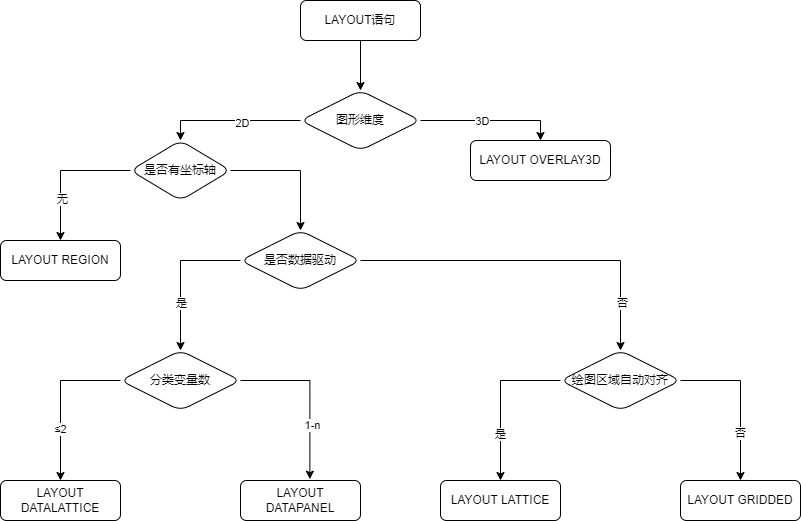
GSJ-SD/Notebook keeps this draw.io diagram as 02 SAS/01 GTL/01 LAYOUT/assets/LAYOUTStatements.png. Above is the earlier version. Source tidied: cells renumbered, new cells last; positions are measured from the earlier drawing's top-left corner, leaving out a move shared by most shapes. The source it was exported from:
```xml
<mxGraphModel>
  <root>
    <mxCell id="0" />
    <mxCell id="1" parent="0" />
    <mxCell id="2" style="edgeStyle=orthogonalEdgeStyle;rounded=0;jettySize=auto;html=1;" parent="1" edge="1" source="3" target="8">
      <mxGeometry relative="1" as="geometry" />
    </mxCell>
    <mxCell id="3" value="LAYOUT语句" style="rounded=1;whiteSpace=wrap;html=1;" parent="1" vertex="1">
      <mxGeometry x="300" width="120" height="40" as="geometry" />
    </mxCell>
    <mxCell id="4" style="edgeStyle=orthogonalEdgeStyle;rounded=0;jettySize=auto;html=1;entryX=0.5;entryY=0;entryDx=0;entryDy=0;" parent="1" edge="1" source="8" target="12">
      <mxGeometry relative="1" as="geometry" />
    </mxCell>
    <mxCell id="5" value="2D" style="edgeLabel;html=1;align=center;verticalAlign=middle;" parent="4" vertex="1">
      <mxGeometry x="-0.15" y="2" relative="1" as="geometry" />
    </mxCell>
    <mxCell id="6" style="edgeStyle=orthogonalEdgeStyle;rounded=0;jettySize=auto;html=1;entryX=0.5;entryY=0;entryDx=0;entryDy=0;" parent="1" edge="1" source="8" target="14">
      <mxGeometry relative="1" as="geometry" />
    </mxCell>
    <mxCell id="7" value="3D" style="edgeLabel;html=1;align=center;verticalAlign=middle;" parent="6" vertex="1">
      <mxGeometry x="-0.13" relative="1" as="geometry" />
    </mxCell>
    <mxCell id="8" value="图形维度" style="rhombus;whiteSpace=wrap;html=1;rounded=1;" parent="1" vertex="1">
      <mxGeometry x="300" y="90" width="120" height="60" as="geometry" />
    </mxCell>
    <mxCell id="9" style="edgeStyle=orthogonalEdgeStyle;rounded=0;jettySize=auto;html=1;entryX=0.5;entryY=0;entryDx=0;entryDy=0;exitX=0;exitY=0.5;exitDx=0;exitDy=0;" parent="1" edge="1" source="12" target="13">
      <mxGeometry relative="1" as="geometry" />
    </mxCell>
    <mxCell id="10" value="无" style="edgeLabel;html=1;align=center;verticalAlign=middle;" parent="9" vertex="1">
      <mxGeometry x="0.4" y="1" relative="1" as="geometry" />
    </mxCell>
    <mxCell id="11" style="edgeStyle=orthogonalEdgeStyle;rounded=0;jettySize=auto;html=1;entryX=0.5;entryY=0;entryDx=0;entryDy=0;exitX=1;exitY=0.5;exitDx=0;exitDy=0;" parent="1" edge="1" source="12" target="19">
      <mxGeometry relative="1" as="geometry" />
    </mxCell>
    <mxCell id="12" value="是否有坐标轴" style="rhombus;whiteSpace=wrap;html=1;rounded=1;" parent="1" vertex="1">
      <mxGeometry x="130" y="140" width="100" height="60" as="geometry" />
    </mxCell>
    <mxCell id="13" value="LAYOUT REGION" style="rounded=1;whiteSpace=wrap;html=1;" parent="1" vertex="1">
      <mxGeometry y="240" width="120" height="40" as="geometry" />
    </mxCell>
    <mxCell id="14" value="LAYOUT OVERLAY3D" style="rounded=1;whiteSpace=wrap;html=1;" parent="1" vertex="1">
      <mxGeometry x="470" y="140" width="140" height="40" as="geometry" />
    </mxCell>
    <mxCell id="15" style="edgeStyle=orthogonalEdgeStyle;rounded=0;jettySize=auto;html=1;entryX=0.5;entryY=0;entryDx=0;entryDy=0;exitX=0;exitY=0.5;exitDx=0;exitDy=0;" parent="1" edge="1" source="19" target="24">
      <mxGeometry relative="1" as="geometry" />
    </mxCell>
    <mxCell id="16" value="是" style="edgeLabel;html=1;align=center;verticalAlign=middle;" parent="15" vertex="1">
      <mxGeometry x="0.36" relative="1" as="geometry" />
    </mxCell>
    <mxCell id="17" style="edgeStyle=orthogonalEdgeStyle;rounded=0;jettySize=auto;html=1;entryX=0.5;entryY=0;entryDx=0;entryDy=0;" parent="1" edge="1" source="19" target="29">
      <mxGeometry relative="1" as="geometry" />
    </mxCell>
    <mxCell id="18" value="否" style="edgeLabel;html=1;align=center;verticalAlign=middle;" parent="17" vertex="1">
      <mxGeometry x="0.73" y="1" relative="1" as="geometry" />
    </mxCell>
    <mxCell id="19" value="是否数据驱动" style="rhombus;whiteSpace=wrap;html=1;rounded=1;" parent="1" vertex="1">
      <mxGeometry x="240" y="230" width="120" height="60" as="geometry" />
    </mxCell>
    <mxCell id="20" style="edgeStyle=orthogonalEdgeStyle;rounded=0;jettySize=auto;html=1;entryX=0.5;entryY=0;entryDx=0;entryDy=0;exitX=0;exitY=0.5;exitDx=0;exitDy=0;" parent="1" edge="1" source="24" target="30">
      <mxGeometry relative="1" as="geometry" />
    </mxCell>
    <mxCell id="21" value="≤2" style="edgeLabel;html=1;align=center;verticalAlign=middle;" parent="20" vertex="1">
      <mxGeometry x="0.35" y="-1" relative="1" as="geometry" />
    </mxCell>
    <mxCell id="22" style="edgeStyle=orthogonalEdgeStyle;rounded=0;jettySize=auto;html=1;entryX=0.578;entryY=-0.033;entryDx=0;entryDy=0;entryPerimeter=0;exitX=1;exitY=0.5;exitDx=0;exitDy=0;" parent="1" edge="1" source="24" target="31">
      <mxGeometry relative="1" as="geometry" />
    </mxCell>
    <mxCell id="23" value="1-n" style="edgeLabel;html=1;align=center;verticalAlign=middle;" parent="22" vertex="1">
      <mxGeometry x="0.36" y="2" relative="1" as="geometry" />
    </mxCell>
    <mxCell id="24" value="分类变量数" style="rhombus;whiteSpace=wrap;html=1;rounded=1;" parent="1" vertex="1">
      <mxGeometry x="120" y="350" width="120" height="60" as="geometry" />
    </mxCell>
    <mxCell id="25" style="edgeStyle=orthogonalEdgeStyle;rounded=0;jettySize=auto;html=1;entryX=0.5;entryY=0;entryDx=0;entryDy=0;exitX=0;exitY=0.5;exitDx=0;exitDy=0;" parent="1" edge="1" source="29" target="32">
      <mxGeometry relative="1" as="geometry" />
    </mxCell>
    <mxCell id="26" value="是" style="edgeLabel;html=1;align=center;verticalAlign=middle;" parent="25" vertex="1">
      <mxGeometry x="0.41" y="-1" relative="1" as="geometry" />
    </mxCell>
    <mxCell id="27" style="edgeStyle=orthogonalEdgeStyle;rounded=0;jettySize=auto;html=1;entryX=0.5;entryY=0;entryDx=0;entryDy=0;exitX=1;exitY=0.5;exitDx=0;exitDy=0;" parent="1" edge="1" source="29" target="33">
      <mxGeometry relative="1" as="geometry" />
    </mxCell>
    <mxCell id="28" value="否" style="edgeLabel;html=1;align=center;verticalAlign=middle;" parent="27" vertex="1">
      <mxGeometry x="0.4" y="-1" relative="1" as="geometry" />
    </mxCell>
    <mxCell id="29" value="绘图区域自动对齐" style="rhombus;whiteSpace=wrap;html=1;rounded=1;" parent="1" vertex="1">
      <mxGeometry x="560" y="350" width="120" height="60" as="geometry" />
    </mxCell>
    <mxCell id="30" value="LAYOUT DATALATTICE" style="rounded=1;whiteSpace=wrap;html=1;" parent="1" vertex="1">
      <mxGeometry y="480" width="120" height="40" as="geometry" />
    </mxCell>
    <mxCell id="31" value="LAYOUT DATAPANEL" style="rounded=1;whiteSpace=wrap;html=1;" parent="1" vertex="1">
      <mxGeometry x="240" y="480" width="120" height="40" as="geometry" />
    </mxCell>
    <mxCell id="32" value="LAYOUT LATTICE" style="rounded=1;whiteSpace=wrap;html=1;" parent="1" vertex="1">
      <mxGeometry x="440" y="480" width="120" height="40" as="geometry" />
    </mxCell>
    <mxCell id="33" value="LAYOUT GRIDDED" style="rounded=1;whiteSpace=wrap;html=1;" parent="1" vertex="1">
      <mxGeometry x="680" y="480" width="120" height="40" as="geometry" />
    </mxCell>
  </root>
</mxGraphModel>
```
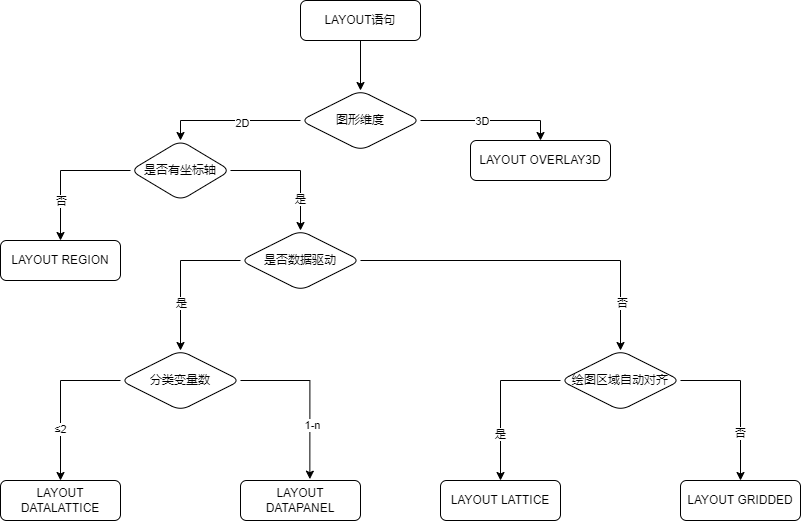
After the change.

Change to the diagram source:
```diff
@@ -26,12 +26,17 @@
     <mxCell id="9" style="edgeStyle=orthogonalEdgeStyle;rounded=0;jettySize=auto;html=1;entryX=0.5;entryY=0;entryDx=0;entryDy=0;exitX=0;exitY=0.5;exitDx=0;exitDy=0;" parent="1" edge="1" source="12" target="13">
       <mxGeometry relative="1" as="geometry" />
     </mxCell>
-    <mxCell id="10" value="无" style="edgeLabel;html=1;align=center;verticalAlign=middle;" parent="9" vertex="1">
-      <mxGeometry x="0.4" y="1" relative="1" as="geometry" />
-    </mxCell>
+    <mxCell id="34" value="否" style="edgeLabel;html=1;align=center;verticalAlign=middle;" parent="9" vertex="1">
+      <mxGeometry x="0.39" y="3" relative="1" as="geometry">
+        <mxPoint x="-3" y="3" as="offset" />
+      </mxGeometry>
+    </mxCell>
     <mxCell id="11" style="edgeStyle=orthogonalEdgeStyle;rounded=0;jettySize=auto;html=1;entryX=0.5;entryY=0;entryDx=0;entryDy=0;exitX=1;exitY=0.5;exitDx=0;exitDy=0;" parent="1" edge="1" source="12" target="19">
       <mxGeometry relative="1" as="geometry" />
     </mxCell>
+    <mxCell id="35" value="是" style="edgeLabel;html=1;align=center;verticalAlign=middle;" parent="11" vertex="1">
+      <mxGeometry x="0.51" y="-1" relative="1" as="geometry" />
+    </mxCell>
     <mxCell id="12" value="是否有坐标轴" style="rhombus;whiteSpace=wrap;html=1;rounded=1;" parent="1" vertex="1">
       <mxGeometry x="130" y="140" width="100" height="60" as="geometry" />
     </mxCell>
```
